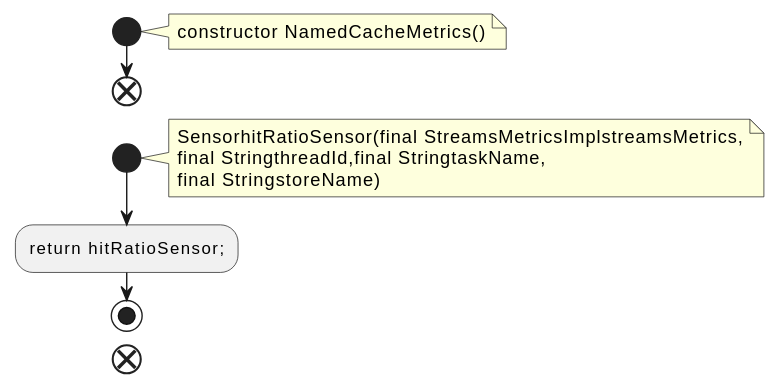
This is docs/qc/streams/src/main/java/org/apache/kafka/streams/state/internals/metrics/NamedCacheMetrics.java.fct.svg from qualitesys/kafka, a PlantUML export, as it was before one commit.
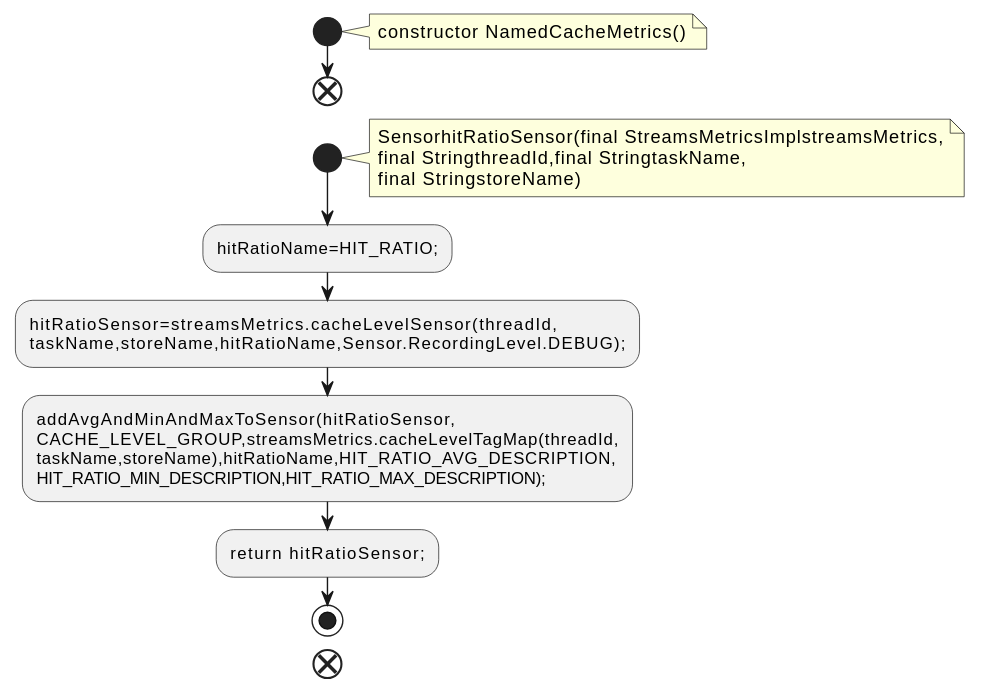
After the commit.

Change to the diagram source:
```diff
@@ -11,6 +11,13 @@
 final StringthreadId,final StringtaskName,
 final StringstoreName)
 end note
+:hitRatioName=HIT_RATIO;;
+:hitRatioSensor=streamsMetrics.cacheLevelSensor(threadId,
+taskName,storeName,hitRatioName,Sensor.RecordingLevel.DEBUG);;
+:addAvgAndMinAndMaxToSensor(hitRatioSensor,
+CACHE_LEVEL_GROUP,streamsMetrics.cacheLevelTagMap(threadId,
+taskName,storeName),hitRatioName,HIT_RATIO_AVG_DESCRIPTION,
+HIT_RATIO_MIN_DESCRIPTION,HIT_RATIO_MAX_DESCRIPTION);;
 :return hitRatioSensor;;
 stop
 end
```
